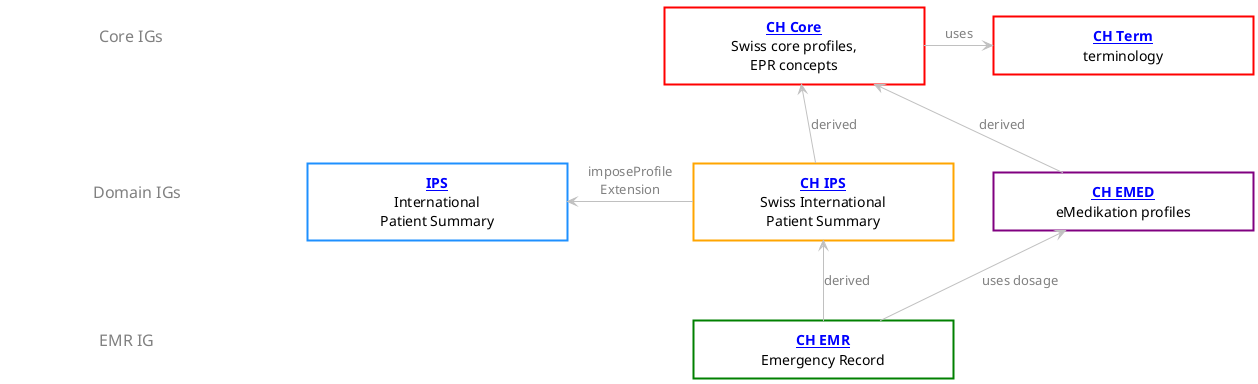
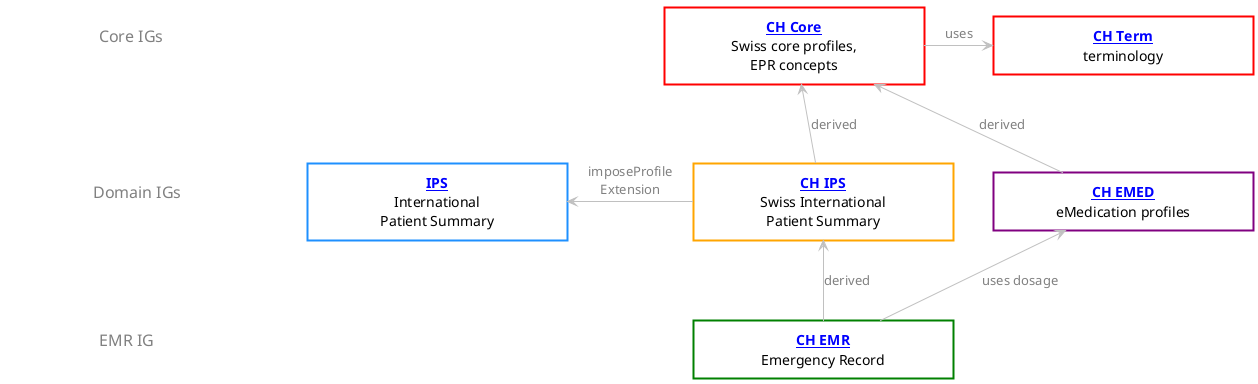
@startuml
skinparam defaultTextAlignment center
skinparam shadowing false
skinparam rectangle {
  roundCorner 0
}
skinparam nodesep 40
skinparam ranksep 60

' Force every box to the same minimum width so column alignment is stable
skinparam minClassWidth 240

' Row labels (left column, left aligned)
rectangle "<color:Gray><size:16>Core IGs   \l" as L1 #White;line:White
rectangle "<color:Gray><size:16>Domain IGs\l" as L2 #White;line:White
rectangle "<color:Gray><size:16>EMR IG     \l" as L3 #White;line:White

' Invisible spacers that lock the grid columns
rectangle "                    " as SP_R1C2 #White;line:White
rectangle "                    " as SP_R3C2 #White;line:White
rectangle "                    " as SP_R3C4 #White;line:White

' Column 2 (IPS in Domain row only)
rectangle "**[[http://hl7.org/fhir/uv/ips/index.html IPS]]**\nInternational\nPatient Summary" as ips #White;line:DodgerBlue;line.bold;text:Black

' Column 3 (CH Core / CH IPS / CH EMR — vertically aligned)
rectangle "**[[http://fhir.ch/ig/ch-core/index.html CH Core]]**\nSwiss core profiles,\nEPR concepts" as chcore #White;line:Red;line.bold;text:Black
rectangle "**[[http://fhir.ch/ig/ch-ips/index.html CH IPS]]**\nSwiss International\nPatient Summary" as chips #White;line:Orange;line.bold;text:Black
rectangle "**[[index.html CH EMR]]**\nEmergency Record" as chemr #White;line:Green;line.bold;text:Black

' Column 4 (CH Term / CH EMED — vertically aligned)
rectangle "**[[http://fhir.ch/ig/ch-term/index.html CH Term]]**\nterminology" as chterm #White;line:Red;line.bold;text:Black
- rectangle "**[[http://fhir.ch/ig/ch-emed/index.html CH EMED]]**\neMedikation profiles" as chemed #White;line:Purple;line.bold;text:Black
+ rectangle "**[[http://fhir.ch/ig/ch-emed/index.html CH EMED]]**\neMedication profiles" as chemed #White;line:Purple;line.bold;text:Black

' Horizontal layout per row
L1 -[hidden]right- SP_R1C2
SP_R1C2 -[hidden]right- chcore
chcore -[hidden]right- chterm

L2 -[hidden]right- ips
ips -[hidden]right- chips
chips -[hidden]right- chemed

L3 -[hidden]right- SP_R3C2
SP_R3C2 -[hidden]right- chemr
chemr -[hidden]right- SP_R3C4

' Vertical layout per column
L1 -[hidden]down- L2
L2 -[hidden]down- L3
SP_R1C2 -[hidden]down- ips
ips -[hidden]down- SP_R3C2
chcore -[hidden]down- chips
chips -[hidden]down- chemr
chterm -[hidden]down- chemed
chemed -[hidden]down- SP_R3C4

' Dependency arrows
chcore -right-> chterm #Silver : <color:Gray>uses
chips -up-> chcore #Silver : <color:Gray>derived
chips -left-> ips #Silver : <color:Gray>imposeProfile\n<color:Gray>Extension
chemed -up-> chcore #Silver : <color:Gray>derived
chemr -up-> chips #Silver : <color:Gray>derived
chemr -up-> chemed #Silver : <color:Gray>uses dosage

@enduml
